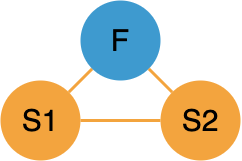
Earlier version of the draw.io export Neurotechnologies_and_TRIZ/S-Field.png (max-talanov/1). Source tidied: cells renumbered, new cells last; positions are measured from the earlier drawing's top-left corner, leaving out a move shared by most shapes. Its diagram source:
```xml
<mxGraphModel>
  <root>
    <mxCell id="0" />
    <mxCell id="1" parent="0" />
    <mxCell id="2" style="edgeStyle=orthogonalEdgeStyle;rounded=0;jettySize=auto;html=1;fontSize=30;strokeColor=#F3A43E;strokeWidth=3;startArrow=none;startFill=0;endArrow=none;endFill=0;" parent="1" edge="1" source="4" target="5">
      <mxGeometry relative="1" as="geometry" />
    </mxCell>
    <mxCell id="3" style="rounded=0;jettySize=auto;html=1;fontSize=30;strokeColor=#F3A43E;strokeWidth=3;endArrow=none;endFill=0;" parent="1" edge="1" source="4" target="6">
      <mxGeometry relative="1" as="geometry" />
    </mxCell>
    <mxCell id="4" value="S1" style="ellipse;whiteSpace=wrap;html=1;fontSize=30;strokeColor=none;fillColor=#F3A43E;" parent="1" vertex="1">
      <mxGeometry y="80" width="80" height="80" as="geometry" />
    </mxCell>
    <mxCell id="5" value="S2" style="ellipse;whiteSpace=wrap;html=1;fontSize=30;strokeColor=none;fillColor=#F3A43E;" parent="1" vertex="1">
      <mxGeometry x="160" y="80" width="80" height="80" as="geometry" />
    </mxCell>
    <mxCell id="6" value="F" style="ellipse;whiteSpace=wrap;html=1;fontSize=30;strokeColor=none;fillColor=#3E9ACF;" parent="1" vertex="1">
      <mxGeometry x="80" width="80" height="80" as="geometry" />
    </mxCell>
    <mxCell id="7" style="rounded=0;jettySize=auto;html=1;fontSize=30;strokeColor=#F3A43E;strokeWidth=3;endArrow=none;endFill=0;" parent="1" edge="1" source="5" target="6">
      <mxGeometry relative="1" as="geometry" />
    </mxCell>
  </root>
</mxGraphModel>
```
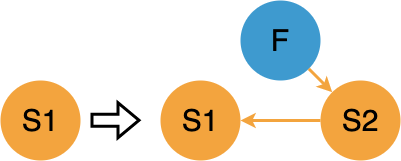
After the change.

Commit message:
corrected S-Field

Diff of the diagram source:
```diff
@@ -2,12 +2,9 @@
   <root>
     <mxCell id="0" />
     <mxCell id="1" parent="0" />
-    <mxCell id="2" style="edgeStyle=orthogonalEdgeStyle;rounded=0;jettySize=auto;html=1;fontSize=30;strokeColor=#F3A43E;strokeWidth=3;startArrow=none;startFill=0;endArrow=none;endFill=0;" parent="1" edge="1" source="4" target="5">
+    <mxCell id="2" style="rounded=0;jettySize=auto;html=1;fontSize=30;strokeColor=#F3A43E;strokeWidth=3;startArrow=none;startFill=0;endArrow=classic;endFill=1;" parent="1" edge="1" source="5" target="4">
       <mxGeometry relative="1" as="geometry" />
     </mxCell>
-    <mxCell id="3" style="rounded=0;jettySize=auto;html=1;fontSize=30;strokeColor=#F3A43E;strokeWidth=3;endArrow=none;endFill=0;" parent="1" edge="1" source="4" target="6">
-      <mxGeometry relative="1" as="geometry" />
-    </mxCell>
     <mxCell id="4" value="S1" style="ellipse;whiteSpace=wrap;html=1;fontSize=30;strokeColor=none;fillColor=#F3A43E;" parent="1" vertex="1">
       <mxGeometry y="80" width="80" height="80" as="geometry" />
     </mxCell>
@@ -17,8 +14,17 @@
     <mxCell id="6" value="F" style="ellipse;whiteSpace=wrap;html=1;fontSize=30;strokeColor=none;fillColor=#3E9ACF;" parent="1" vertex="1">
       <mxGeometry x="80" width="80" height="80" as="geometry" />
     </mxCell>
-    <mxCell id="7" style="rounded=0;jettySize=auto;html=1;fontSize=30;strokeColor=#F3A43E;strokeWidth=3;endArrow=none;endFill=0;" parent="1" edge="1" source="5" target="6">
+    <mxCell id="7" style="rounded=0;jettySize=auto;html=1;fontSize=30;strokeColor=#F3A43E;strokeWidth=3;endArrow=classic;endFill=1;" parent="1" edge="1" source="6" target="5">
       <mxGeometry relative="1" as="geometry" />
     </mxCell>
+    <mxCell id="8" value="S1" style="ellipse;whiteSpace=wrap;html=1;fontSize=30;strokeColor=none;fillColor=#F3A43E;" parent="1" vertex="1">
+      <mxGeometry x="-160" y="80" width="80" height="80" as="geometry" />
+    </mxCell>
+    <mxCell id="9" style="shape=flexArrow;endArrow=classic;html=1;rounded=0;fontSize=30;fontColor=#000000;strokeColor=#000000;strokeWidth=3;" parent="1" edge="1">
+      <mxGeometry relative="1" as="geometry">
+        <mxPoint x="-70" y="119.8" as="sourcePoint" />
+        <mxPoint x="-20" y="119.8" as="targetPoint" />
+      </mxGeometry>
+    </mxCell>
   </root>
 </mxGraphModel>
```
